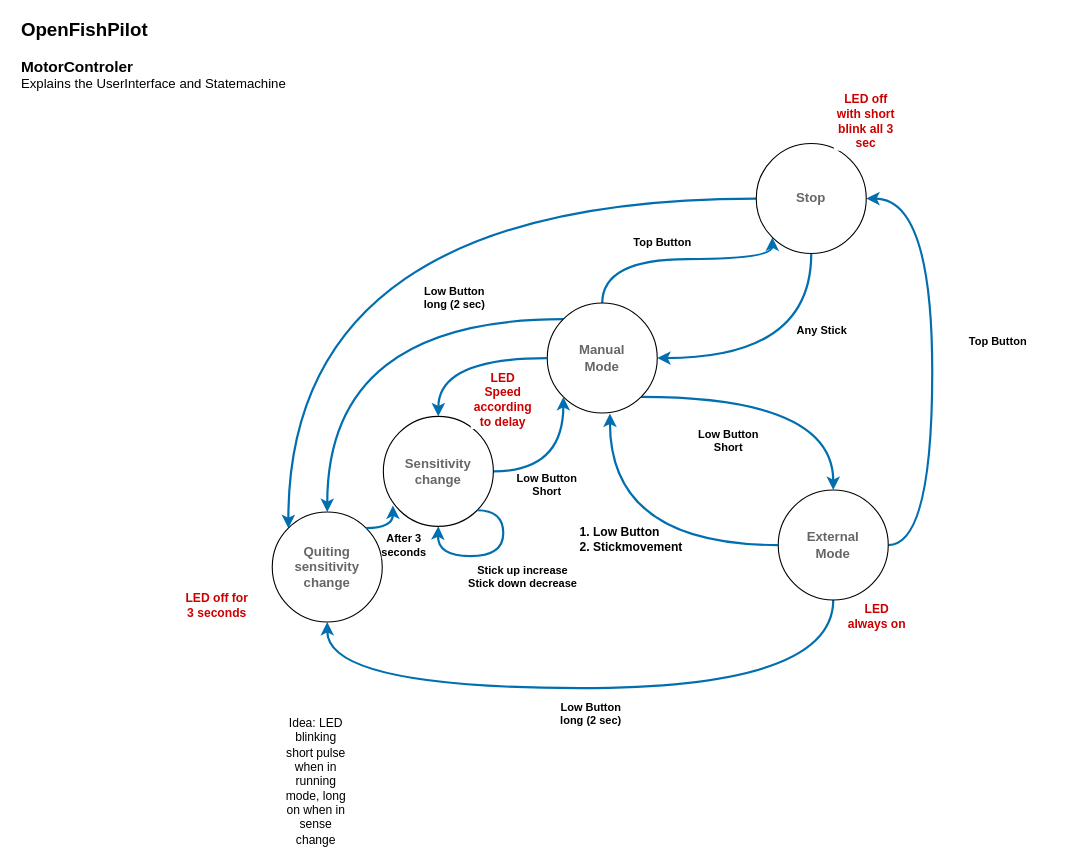
Earlier version of the draw.io diagram documentation/MotorControlerStateMachine.drawio (christoph65/PulseWidthControl). Source tidied: cells renumbered, new cells numbered last; positions are measured from the earlier drawing's top-left corner, leaving out a move shared by most shapes. Both pictures are drawn from the tidied source at 110%, with x=0, y=0 at pixel (19, 38).
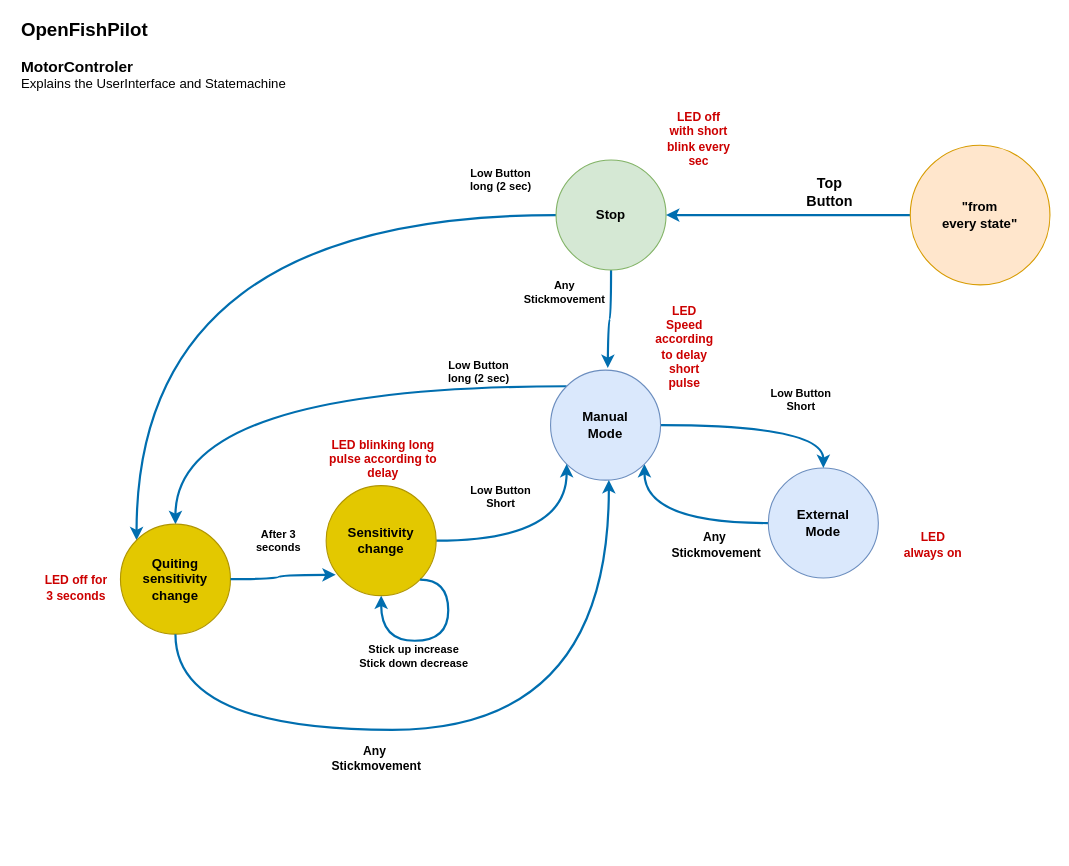
After the change.

Commit message (it also covers changes not shown here):
Implemented new Usage concept according MotorControlerStateMachine.drawio. But not tested yet. Check in for purpose of backup and to revert changes during testing.

What changed in the source:
```diff
@@
-    <mxCell id="2" value="&lt;ol&gt;&lt;li&gt;Low Button&lt;/li&gt;&lt;li&gt;Stickmovement&lt;/li&gt;&lt;/ol&gt;" style="text;html=1;align=left;verticalAlign=middle;whiteSpace=wrap;rounded=0;fontFamily=Helvetica;fontSize=11;fontColor=default;labelBackgroundColor=default;fontStyle=1;" parent="1" vertex="1">
-      <mxGeometry x="480" y="440" width="150" height="30" as="geometry" />
+    <mxCell id="2" value="&lt;span style=&quot;background-color: light-dark(#ffffff, var(--ge-dark-color, #121212)); color: light-dark(rgb(0, 0, 0), rgb(255, 255, 255));&quot;&gt;Any&amp;nbsp;&lt;/span&gt;&lt;div style=&quot;&quot;&gt;&lt;span style=&quot;background-color: light-dark(#ffffff, var(--ge-dark-color, #121212)); color: light-dark(rgb(0, 0, 0), rgb(255, 255, 255));&quot;&gt;Stickmovement&lt;/span&gt;&lt;/div&gt;" style="text;html=1;align=center;verticalAlign=middle;whiteSpace=wrap;rounded=0;fontFamily=Helvetica;fontSize=11;fontColor=default;labelBackgroundColor=default;fontStyle=1;" parent="1" vertex="1">
+      <mxGeometry x="559" y="445" width="150" height="30" as="geometry" />
     </mxCell>
@@
-    <mxCell id="4" style="edgeStyle=orthogonalEdgeStyle;shape=connector;curved=1;rounded=0;jettySize=auto;html=1;strokeColor=#006EAF;strokeWidth=2;align=center;verticalAlign=middle;fontFamily=Helvetica;fontSize=11;fontColor=default;labelBackgroundColor=default;endArrow=classic;fillColor=#1ba1e2;entryX=1;entryY=0.5;entryDx=0;entryDy=0;exitX=1;exitY=0.5;exitDx=0;exitDy=0;" parent="1" edge="1" source="6" target="13">
-      <mxGeometry relative="1" as="geometry">
-        <Array as="points">
-          <mxPoint x="830" y="460" />
-          <mxPoint x="830" y="145" />
-        </Array>
-      </mxGeometry>
-    </mxCell>
-    <mxCell id="5" style="edgeStyle=orthogonalEdgeStyle;shape=connector;curved=1;rounded=0;jettySize=auto;html=1;entryX=0.5;entryY=1;entryDx=0;entryDy=0;strokeColor=#006EAF;strokeWidth=2;align=center;verticalAlign=middle;fontFamily=Helvetica;fontSize=11;fontColor=default;labelBackgroundColor=default;endArrow=classic;fillColor=#1ba1e2;exitX=0.5;exitY=1;exitDx=0;exitDy=0;" parent="1" edge="1" source="6" target="28">
-      <mxGeometry relative="1" as="geometry">
-        <Array as="points">
-          <mxPoint x="740" y="590" />
-          <mxPoint x="280" y="590" />
-        </Array>
-      </mxGeometry>
-    </mxCell>
+    <mxCell id="18" style="edgeStyle=orthogonalEdgeStyle;shape=connector;curved=1;rounded=0;jettySize=auto;html=1;entryX=1;entryY=1;entryDx=0;entryDy=0;strokeColor=#006EAF;strokeWidth=2;align=center;verticalAlign=middle;fontFamily=Helvetica;fontSize=11;fontColor=default;labelBackgroundColor=default;endArrow=classic;fillColor=#1ba1e2;" parent="1" edge="1" source="6" target="10">
+      <mxGeometry relative="1" as="geometry">
+        <Array as="points">
+          <mxPoint x="568" y="440" />
+        </Array>
+      </mxGeometry>
+    </mxCell>
-    <mxCell id="6" value="External&lt;div&gt;Mode&lt;/div&gt;" style="ellipse;whiteSpace=wrap;html=1;fontStyle=1;fontColor=#666666;" parent="1" vertex="1">
-      <mxGeometry x="690" y="410" width="100" height="100" as="geometry" />
+    <mxCell id="6" value="External&lt;div&gt;Mode&lt;/div&gt;" style="ellipse;whiteSpace=wrap;html=1;fontStyle=1;fillColor=#dae8fc;strokeColor=#6c8ebf;" parent="1" vertex="1">
+      <mxGeometry x="681" y="390" width="100" height="100" as="geometry" />
     </mxCell>
-    <mxCell id="7" style="edgeStyle=orthogonalEdgeStyle;shape=connector;curved=1;rounded=0;jettySize=auto;html=1;exitX=1;exitY=1;exitDx=0;exitDy=0;entryX=0.5;entryY=0;entryDx=0;entryDy=0;strokeColor=#006EAF;strokeWidth=2;align=center;verticalAlign=middle;fontFamily=Helvetica;fontSize=11;fontColor=default;labelBackgroundColor=default;endArrow=classic;fillColor=#1ba1e2;" parent="1" edge="1" source="10" target="6">
+    <mxCell id="7" style="edgeStyle=orthogonalEdgeStyle;shape=connector;curved=1;rounded=0;jettySize=auto;html=1;exitX=1;exitY=0.5;exitDx=0;exitDy=0;entryX=0.5;entryY=0;entryDx=0;entryDy=0;strokeColor=#006EAF;strokeWidth=2;align=center;verticalAlign=middle;fontFamily=Helvetica;fontSize=11;fontColor=default;labelBackgroundColor=default;endArrow=classic;fillColor=#1ba1e2;" parent="1" edge="1" source="10" target="6">
       <mxGeometry relative="1" as="geometry" />
     </mxCell>
-    <mxCell id="8" style="edgeStyle=orthogonalEdgeStyle;shape=connector;curved=1;rounded=0;jettySize=auto;html=1;entryX=0;entryY=1;entryDx=0;entryDy=0;strokeColor=#006EAF;strokeWidth=2;align=center;verticalAlign=middle;fontFamily=Helvetica;fontSize=11;fontColor=default;labelBackgroundColor=default;endArrow=classic;fillColor=#1ba1e2;exitX=0.5;exitY=0;exitDx=0;exitDy=0;" parent="1" edge="1" source="10" target="13">
-      <mxGeometry relative="1" as="geometry">
-        <Array as="points">
-          <mxPoint x="530" y="200" />
-          <mxPoint x="685" y="200" />
-        </Array>
-      </mxGeometry>
-    </mxCell>
@@
-    <mxCell id="10" value="Manual&lt;div&gt;Mode&lt;/div&gt;" style="ellipse;whiteSpace=wrap;html=1;fontStyle=1;fontColor=#666666;" parent="1" vertex="1">
-      <mxGeometry x="480" y="240" width="100" height="100" as="geometry" />
+    <mxCell id="10" value="Manual&lt;div&gt;Mode&lt;/div&gt;" style="ellipse;whiteSpace=wrap;html=1;fontStyle=1;fillColor=#dae8fc;strokeColor=#6c8ebf;" parent="1" vertex="1">
+      <mxGeometry x="483" y="301" width="100" height="100" as="geometry" />
     </mxCell>
-    <mxCell id="11" style="edgeStyle=orthogonalEdgeStyle;shape=connector;curved=1;rounded=0;jettySize=auto;html=1;exitX=0.5;exitY=1;exitDx=0;exitDy=0;entryX=1;entryY=0.5;entryDx=0;entryDy=0;strokeColor=#006EAF;strokeWidth=2;align=center;verticalAlign=middle;fontFamily=Helvetica;fontSize=11;fontColor=default;labelBackgroundColor=default;endArrow=classic;fillColor=#1ba1e2;" parent="1" edge="1" source="13" target="10">
-      <mxGeometry relative="1" as="geometry" />
+    <mxCell id="11" style="edgeStyle=orthogonalEdgeStyle;shape=connector;curved=1;rounded=0;jettySize=auto;html=1;exitX=0.5;exitY=1;exitDx=0;exitDy=0;strokeColor=#006EAF;strokeWidth=2;align=center;verticalAlign=middle;fontFamily=Helvetica;fontSize=11;fontColor=default;labelBackgroundColor=default;endArrow=classic;fillColor=#1ba1e2;" parent="1" edge="1" source="13">
+      <mxGeometry relative="1" as="geometry">
+        <mxPoint x="535" y="299" as="targetPoint" />
+      </mxGeometry>
     </mxCell>
@@
-    <mxCell id="13" value="&lt;div&gt;Stop&lt;/div&gt;" style="ellipse;whiteSpace=wrap;html=1;fontStyle=1;fontColor=#666666;" parent="1" vertex="1">
-      <mxGeometry x="670" y="95" width="100" height="100" as="geometry" />
+    <mxCell id="13" value="&lt;div&gt;Stop&lt;/div&gt;" style="ellipse;whiteSpace=wrap;html=1;fontStyle=1;fillColor=#d5e8d4;strokeColor=#82b366;" parent="1" vertex="1">
+      <mxGeometry x="488" y="110" width="100" height="100" as="geometry" />
     </mxCell>
-    <mxCell id="14" value="Top Button" style="text;html=1;align=center;verticalAlign=middle;whiteSpace=wrap;rounded=0;fontFamily=Helvetica;fontSize=10;fontColor=default;labelBackgroundColor=default;fontStyle=1;" parent="1" vertex="1">
-      <mxGeometry x="555" y="170" width="60" height="30" as="geometry" />
-    </mxCell>
-    <mxCell id="15" value="Top Button" style="text;html=1;align=center;verticalAlign=middle;whiteSpace=wrap;rounded=0;fontFamily=Helvetica;fontSize=10;fontColor=default;labelBackgroundColor=default;fontStyle=1;" parent="1" vertex="1">
-      <mxGeometry x="860" y="260" width="60" height="30" as="geometry" />
-    </mxCell>
-    <mxCell id="16" value="Any Stick" style="text;html=1;align=center;verticalAlign=middle;whiteSpace=wrap;rounded=0;fontFamily=Helvetica;fontSize=10;fontColor=default;labelBackgroundColor=default;fontStyle=1;" parent="1" vertex="1">
-      <mxGeometry x="700" y="250" width="60" height="30" as="geometry" />
+    <mxCell id="16" value="Any Stickmovement" style="text;html=1;align=center;verticalAlign=middle;whiteSpace=wrap;rounded=0;fontFamily=Helvetica;fontSize=10;fontColor=default;labelBackgroundColor=default;fontStyle=1;" parent="1" vertex="1">
+      <mxGeometry x="466" y="215" width="60" height="30" as="geometry" />
     </mxCell>
     <mxCell id="17" value="Low Button&lt;div&gt;Short&lt;/div&gt;" style="text;html=1;align=center;verticalAlign=middle;whiteSpace=wrap;rounded=0;fontFamily=Helvetica;fontSize=10;fontColor=default;labelBackgroundColor=default;fontStyle=1;" parent="1" vertex="1">
-      <mxGeometry x="615" y="350" width="60" height="30" as="geometry" />
+      <mxGeometry x="681" y="313" width="60" height="30" as="geometry" />
     </mxCell>
-    <mxCell id="18" style="edgeStyle=orthogonalEdgeStyle;shape=connector;curved=1;rounded=0;jettySize=auto;html=1;exitX=0;exitY=0.5;exitDx=0;exitDy=0;entryX=0.57;entryY=1.005;entryDx=0;entryDy=0;entryPerimeter=0;strokeColor=#006EAF;strokeWidth=2;align=center;verticalAlign=middle;fontFamily=Helvetica;fontSize=11;fontColor=default;labelBackgroundColor=default;endArrow=classic;fillColor=#1ba1e2;" parent="1" edge="1" source="6" target="10">
-      <mxGeometry relative="1" as="geometry" />
-    </mxCell>
     <mxCell id="19" value="LED always on" style="text;html=1;align=center;verticalAlign=middle;whiteSpace=wrap;rounded=0;fontFamily=Helvetica;fontSize=11;fontColor=#CC0000;labelBackgroundColor=default;fontStyle=1;" parent="1" vertex="1">
-      <mxGeometry x="750" y="510" width="60" height="30" as="geometry" />
+      <mxGeometry x="801" y="445" width="60" height="30" as="geometry" />
     </mxCell>
@@
-    <mxCell id="21" value="Sensitivity&lt;div&gt;change&lt;/div&gt;" style="ellipse;whiteSpace=wrap;html=1;fontStyle=1;fontColor=#666666;" parent="1" vertex="1">
-      <mxGeometry x="331" y="343" width="100" height="100" as="geometry" />
+    <mxCell id="21" value="Sensitivity&lt;div&gt;change&lt;/div&gt;" style="ellipse;whiteSpace=wrap;html=1;fontStyle=1;fontColor=#000000;fillColor=#e3c800;strokeColor=#B09500;" parent="1" vertex="1">
+      <mxGeometry x="279" y="406" width="100" height="100" as="geometry" />
     </mxCell>
-    <mxCell id="22" style="edgeStyle=orthogonalEdgeStyle;shape=connector;curved=1;rounded=0;jettySize=auto;html=1;strokeColor=#006EAF;strokeWidth=2;align=center;verticalAlign=middle;fontFamily=Helvetica;fontSize=11;fontColor=default;labelBackgroundColor=default;endArrow=classic;fillColor=#1ba1e2;" parent="1" edge="1" source="10" target="21">
-      <mxGeometry relative="1" as="geometry" />
-    </mxCell>
-    <mxCell id="23" value="LED Speed according to delay" style="text;html=1;align=center;verticalAlign=middle;whiteSpace=wrap;rounded=0;fontFamily=Helvetica;fontSize=11;fontColor=#CC0000;labelBackgroundColor=default;fontStyle=1;" parent="1" vertex="1">
-      <mxGeometry x="410" y="313" width="60" height="30" as="geometry" />
+    <mxCell id="23" value="LED Speed according to delay&lt;div&gt;short pulse&lt;/div&gt;" style="text;html=1;align=center;verticalAlign=middle;whiteSpace=wrap;rounded=0;fontFamily=Helvetica;fontSize=11;fontColor=#CC0000;labelBackgroundColor=default;fontStyle=1;" parent="1" vertex="1">
+      <mxGeometry x="575" y="265" width="60" height="30" as="geometry" />
     </mxCell>
-    <mxCell id="24" value="Low Button&lt;div&gt;long (2 sec)&lt;/div&gt;" style="text;html=1;align=center;verticalAlign=middle;whiteSpace=wrap;rounded=0;fontFamily=Helvetica;fontSize=10;fontColor=default;labelBackgroundColor=default;fontStyle=1;" parent="1" vertex="1">
-      <mxGeometry x="490" y="598" width="60" height="30" as="geometry" />
-    </mxCell>
     <mxCell id="25" value="Low Button&lt;div&gt;long (2 sec)&lt;/div&gt;" style="text;html=1;align=center;verticalAlign=middle;whiteSpace=wrap;rounded=0;fontFamily=Helvetica;fontSize=10;fontColor=default;labelBackgroundColor=default;fontStyle=1;" parent="1" vertex="1">
-      <mxGeometry x="366" y="220" width="60" height="30" as="geometry" />
+      <mxGeometry x="388" y="287" width="60" height="30" as="geometry" />
     </mxCell>
     <mxCell id="26" value="Low Button&lt;div&gt;Short&lt;/div&gt;" style="text;html=1;align=center;verticalAlign=middle;whiteSpace=wrap;rounded=0;fontFamily=Helvetica;fontSize=10;fontColor=default;labelBackgroundColor=default;fontStyle=1;" parent="1" vertex="1">
-      <mxGeometry x="450" y="390" width="60" height="30" as="geometry" />
+      <mxGeometry x="408" y="401" width="60" height="30" as="geometry" />
     </mxCell>
     <mxCell id="27" value="LED off for&lt;div&gt;3 seconds&lt;/div&gt;" style="text;html=1;align=center;verticalAlign=middle;whiteSpace=wrap;rounded=0;fontFamily=Helvetica;fontSize=11;fontColor=#CC0000;labelBackgroundColor=default;fontStyle=1;" parent="1" vertex="1">
-      <mxGeometry x="150" y="500" width="60" height="30" as="geometry" />
+      <mxGeometry x="22" y="484" width="60" height="30" as="geometry" />
     </mxCell>
-    <mxCell id="28" value="Quiting sensitivity&lt;div&gt;change&lt;/div&gt;" style="ellipse;whiteSpace=wrap;html=1;fontStyle=1;fontColor=#666666;" parent="1" vertex="1">
-      <mxGeometry x="230" y="430" width="100" height="100" as="geometry" />
+    <mxCell id="28" value="Quiting sensitivity&lt;div&gt;change&lt;/div&gt;" style="ellipse;whiteSpace=wrap;html=1;fontStyle=1;fontColor=#000000;fillColor=#e3c800;strokeColor=#B09500;" parent="1" vertex="1">
+      <mxGeometry x="92" y="441" width="100" height="100" as="geometry" />
     </mxCell>
-    <mxCell id="29" style="edgeStyle=orthogonalEdgeStyle;shape=connector;curved=1;rounded=0;jettySize=auto;html=1;exitX=1;exitY=0;exitDx=0;exitDy=0;entryX=0.087;entryY=0.811;entryDx=0;entryDy=0;entryPerimeter=0;strokeColor=#006EAF;strokeWidth=2;align=center;verticalAlign=middle;fontFamily=Helvetica;fontSize=11;fontColor=default;labelBackgroundColor=default;endArrow=classic;fillColor=#1ba1e2;" parent="1" edge="1" source="28" target="21">
+    <mxCell id="29" style="edgeStyle=orthogonalEdgeStyle;shape=connector;curved=1;rounded=0;jettySize=auto;html=1;exitX=1;exitY=0.5;exitDx=0;exitDy=0;entryX=0.087;entryY=0.811;entryDx=0;entryDy=0;entryPerimeter=0;strokeColor=#006EAF;strokeWidth=2;align=center;verticalAlign=middle;fontFamily=Helvetica;fontSize=11;fontColor=default;labelBackgroundColor=default;endArrow=classic;fillColor=#1ba1e2;" parent="1" edge="1" source="28" target="21">
       <mxGeometry relative="1" as="geometry" />
     </mxCell>
     <mxCell id="30" value="After 3&lt;div&gt;seconds&lt;/div&gt;" style="text;html=1;align=center;verticalAlign=middle;whiteSpace=wrap;rounded=0;fontFamily=Helvetica;fontSize=10;fontColor=default;labelBackgroundColor=default;fontStyle=1;" parent="1" vertex="1">
-      <mxGeometry x="320" y="445" width="60" height="30" as="geometry" />
+      <mxGeometry x="206" y="441" width="60" height="30" as="geometry" />
     </mxCell>
-    <mxCell id="31" value="LED off with short blink all 3 sec" style="text;html=1;align=center;verticalAlign=middle;whiteSpace=wrap;rounded=0;fontFamily=Helvetica;fontSize=11;fontColor=#CC0000;labelBackgroundColor=default;fontStyle=1;" parent="1" vertex="1">
-      <mxGeometry x="740" y="60" width="60" height="30" as="geometry" />
+    <mxCell id="31" value="LED off with short blink every sec" style="text;html=1;align=center;verticalAlign=middle;whiteSpace=wrap;rounded=0;fontFamily=Helvetica;fontSize=11;fontColor=#CC0000;labelBackgroundColor=default;fontStyle=1;" parent="1" vertex="1">
+      <mxGeometry x="588" y="76" width="60" height="30" as="geometry" />
     </mxCell>
-    <mxCell id="32" style="edgeStyle=orthogonalEdgeStyle;shape=connector;curved=1;rounded=0;orthogonalLoop=1;jettySize=auto;html=1;entryX=0.5;entryY=1;entryDx=0;entryDy=0;strokeColor=#006EAF;strokeWidth=2;align=center;verticalAlign=middle;fontFamily=Helvetica;fontSize=11;fontColor=default;labelBackgroundColor=default;endArrow=classic;fillColor=#1ba1e2;exitX=1;exitY=1;exitDx=0;exitDy=0;" parent="1" edge="1" source="21" target="21">
-      <mxGeometry relative="1" as="geometry">
-        <Array as="points">
-          <mxPoint x="440" y="428" />
-          <mxPoint x="440" y="470" />
-          <mxPoint x="380" y="470" />
-          <mxPoint x="380" y="443" />
-        </Array>
-      </mxGeometry>
-    </mxCell>
     <mxCell id="33" value="Stick up increase&lt;div&gt;Stick down decrease&lt;/div&gt;" style="text;html=1;align=center;verticalAlign=middle;whiteSpace=wrap;rounded=0;fontFamily=Helvetica;fontSize=10;fontColor=default;labelBackgroundColor=default;fontStyle=1;" parent="1" vertex="1">
-      <mxGeometry x="398" y="474" width="120" height="30" as="geometry" />
+      <mxGeometry x="299" y="546" width="120" height="30" as="geometry" />
     </mxCell>
-    <mxCell id="34" value="Idea: LED blinking short pulse when in running mode, long on when in sense change" style="text;html=1;align=center;verticalAlign=middle;whiteSpace=wrap;rounded=0;fontFamily=Helvetica;fontSize=11;fontColor=default;labelBackgroundColor=default;" parent="1" vertex="1">
-      <mxGeometry x="240" y="660" width="60" height="30" as="geometry" />
+    <mxCell id="34" value="LED blinking long pulse according to delay" style="text;html=1;align=center;verticalAlign=middle;whiteSpace=wrap;rounded=0;fontFamily=Helvetica;fontSize=11;fontColor=#CC0000;labelBackgroundColor=default;fontStyle=1;" parent="1" vertex="1">
+      <mxGeometry x="270" y="367" width="122" height="30" as="geometry" />
     </mxCell>
+    <mxCell id="24" value="Low Button&lt;div&gt;long (2 sec)&lt;/div&gt;" style="text;html=1;align=center;verticalAlign=middle;whiteSpace=wrap;rounded=0;fontFamily=Helvetica;fontSize=10;fontColor=default;labelBackgroundColor=default;fontStyle=1;" parent="1" vertex="1">
+      <mxGeometry x="408" y="113" width="60" height="30" as="geometry" />
+    </mxCell>
+    <mxCell id="35" value="Top Button" style="text;html=1;align=center;verticalAlign=middle;whiteSpace=wrap;rounded=0;fontFamily=Helvetica;fontSize=13;fontColor=default;labelBackgroundColor=default;fontStyle=1;" parent="1" vertex="1">
+      <mxGeometry x="707" y="124" width="60" height="30" as="geometry" />
+    </mxCell>
+    <mxCell id="36" style="edgeStyle=orthogonalEdgeStyle;shape=connector;curved=1;rounded=0;jettySize=auto;html=1;exitX=0;exitY=0.5;exitDx=0;exitDy=0;entryX=1;entryY=0.5;entryDx=0;entryDy=0;strokeColor=#006EAF;strokeWidth=2;align=center;verticalAlign=middle;fontFamily=Helvetica;fontSize=11;fontColor=default;labelBackgroundColor=default;endArrow=classic;fillColor=#1ba1e2;" parent="1" edge="1" source="37" target="13">
+      <mxGeometry relative="1" as="geometry" />
+    </mxCell>
+    <mxCell id="37" value="&lt;div&gt;&quot;from&lt;/div&gt;&lt;div&gt;every state&quot;&lt;/div&gt;" style="ellipse;whiteSpace=wrap;html=1;fontStyle=1;fillColor=#ffe6cc;strokeColor=#d79b00;" parent="1" vertex="1">
+      <mxGeometry x="810" y="96.5" width="127" height="127" as="geometry" />
+    </mxCell>
+    <mxCell id="32" style="edgeStyle=orthogonalEdgeStyle;shape=connector;curved=1;rounded=0;orthogonalLoop=1;jettySize=auto;html=1;exitX=1;exitY=1;exitDx=0;exitDy=0;entryX=0.5;entryY=1;entryDx=0;entryDy=0;strokeColor=#006EAF;strokeWidth=2;align=center;verticalAlign=middle;fontFamily=Helvetica;fontSize=11;fontColor=default;labelBackgroundColor=default;endArrow=classic;fillColor=#1ba1e2;" parent="1" edge="1" source="21" target="21">
+      <mxGeometry relative="1" as="geometry">
+        <Array as="points">
+          <mxPoint x="390" y="491" />
+          <mxPoint x="390" y="547" />
+          <mxPoint x="329" y="547" />
+        </Array>
+      </mxGeometry>
+    </mxCell>
+    <mxCell id="38" style="edgeStyle=orthogonalEdgeStyle;shape=connector;curved=1;rounded=0;jettySize=auto;html=1;strokeColor=#006EAF;strokeWidth=2;align=center;verticalAlign=middle;fontFamily=Helvetica;fontSize=11;fontColor=default;labelBackgroundColor=default;endArrow=classic;fillColor=#1ba1e2;exitX=0.5;exitY=1;exitDx=0;exitDy=0;" parent="1" edge="1" source="28" target="10">
+      <mxGeometry relative="1" as="geometry">
+        <Array as="points">
+          <mxPoint x="142" y="628" />
+          <mxPoint x="536" y="628" />
+        </Array>
+      </mxGeometry>
+    </mxCell>
+    <mxCell id="39" value="&lt;span style=&quot;background-color: light-dark(#ffffff, var(--ge-dark-color, #121212)); color: light-dark(rgb(0, 0, 0), rgb(255, 255, 255));&quot;&gt;Any&amp;nbsp;&lt;/span&gt;&lt;div style=&quot;&quot;&gt;&lt;span style=&quot;background-color: light-dark(#ffffff, var(--ge-dark-color, #121212)); color: light-dark(rgb(0, 0, 0), rgb(255, 255, 255));&quot;&gt;Stickmovement&lt;/span&gt;&lt;/div&gt;" style="text;html=1;align=center;verticalAlign=middle;whiteSpace=wrap;rounded=0;fontFamily=Helvetica;fontSize=11;fontColor=default;labelBackgroundColor=default;fontStyle=1;" parent="1" vertex="1">
+      <mxGeometry x="250" y="639" width="150" height="30" as="geometry" />
+    </mxCell>
```
